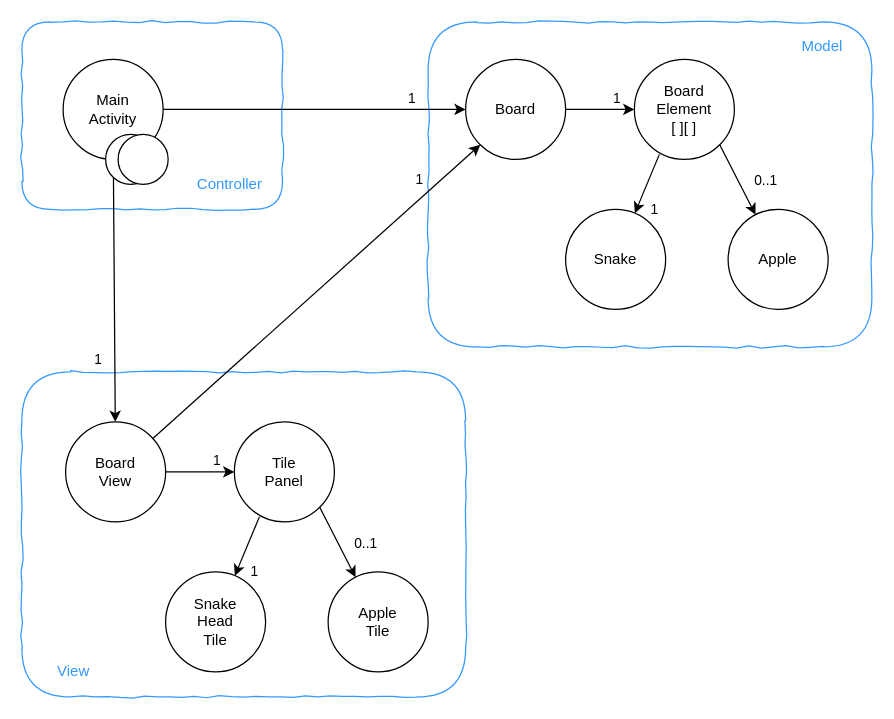
Before: page "ObjectDiagram" (2 of 3) of Snake/diagrams/snake_class_diagram.drawio in isel-leic-poo/19-20-2-LI23D, a draw.io diagram. Source tidied: cells renumbered, new cells numbered last; positions are measured from the earlier drawing's top-left corner, leaving out a move shared by most shapes. Both pictures are drawn from the tidied source at 125%, with x=0, y=0 at pixel (21, 21).
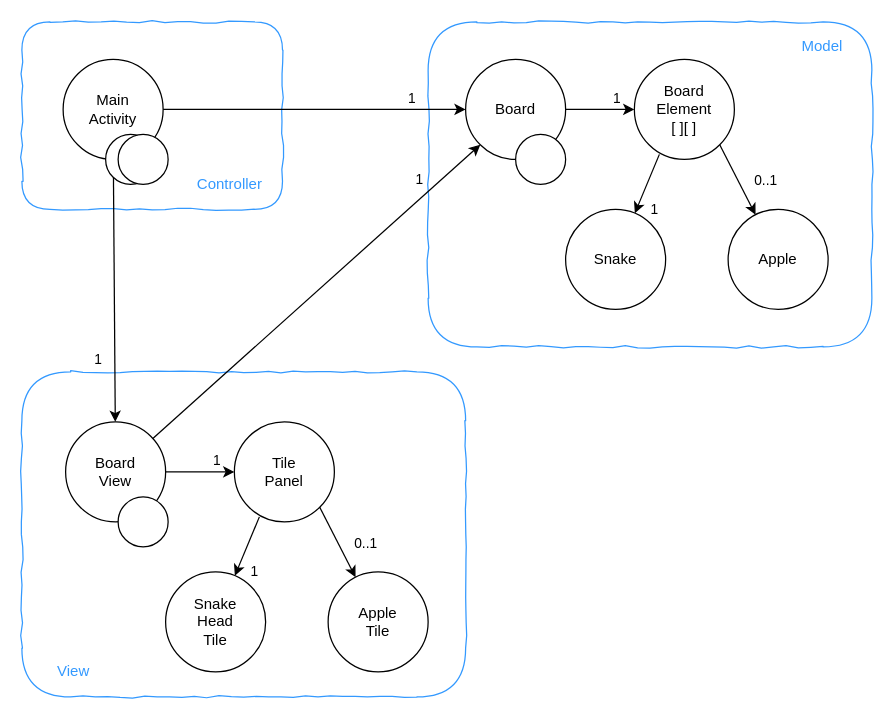
The same diagram, later.

Change to the diagram source:
```diff
@@
+    <mxCell id="37" style="ellipse;whiteSpace=wrap;html=1;" parent="1" vertex="1">
+      <mxGeometry x="395" y="90" width="40" height="40" as="geometry" />
+    </mxCell>
+    <mxCell id="38" style="ellipse;whiteSpace=wrap;html=1;" parent="1" vertex="1">
+      <mxGeometry x="77" y="380" width="40" height="40" as="geometry" />
+    </mxCell>
```
